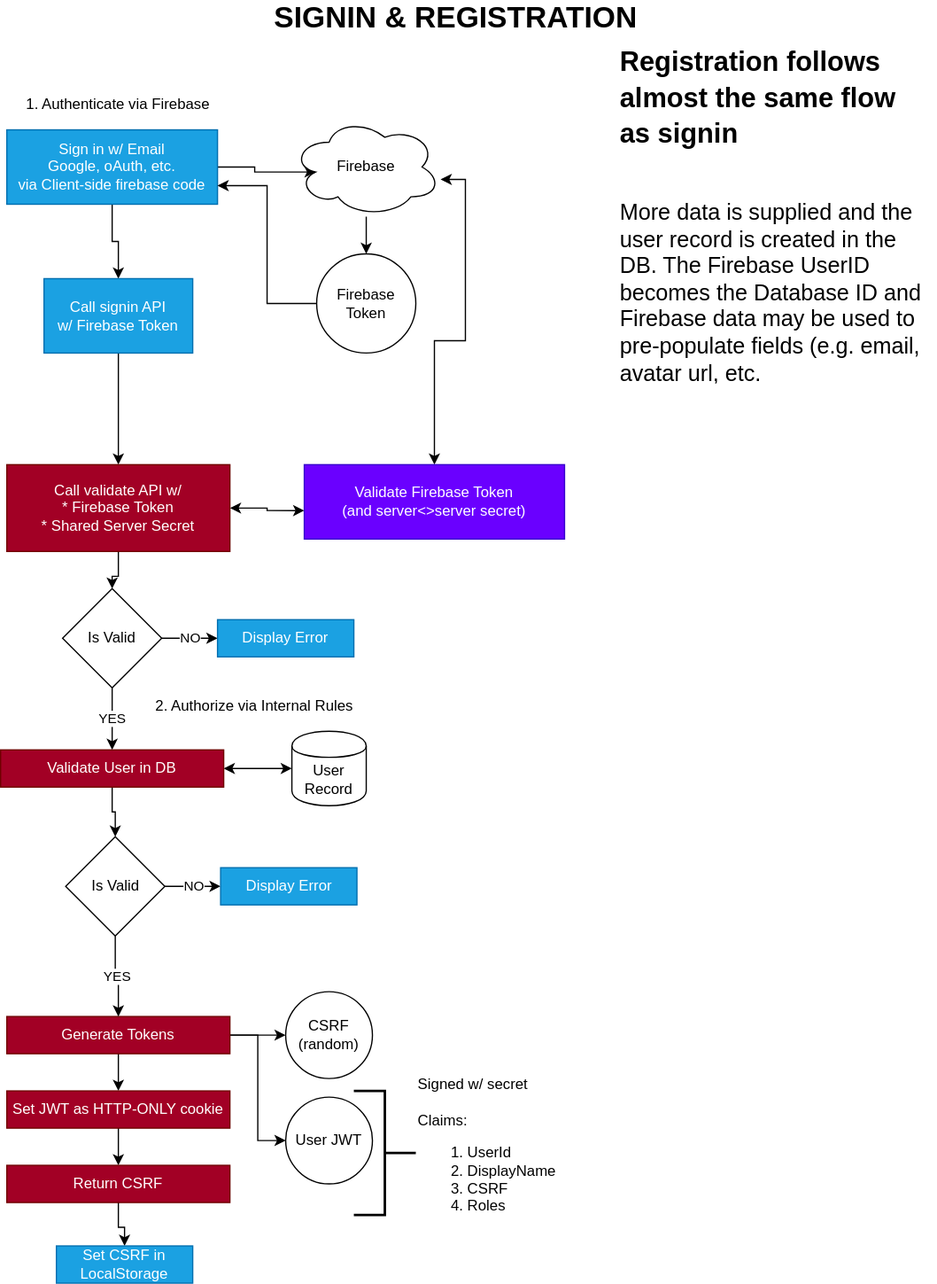
Before: documentation/src/engineering/auth/signin-registration.drawio.svg, a diagram exported from draw.io (ji-devs/ji-cloud). Source tidied: cells renumbered, new cells last; positions are measured from the earlier drawing's top-left corner, leaving out a move shared by most shapes. Its diagram source:
```xml
<mxGraphModel>
  <root>
    <mxCell id="0" />
    <mxCell id="1" parent="0" />
    <mxCell id="2" style="edgeStyle=orthogonalEdgeStyle;rounded=0;jettySize=auto;html=1;entryX=0.16;entryY=0.55;entryDx=0;entryDy=0;entryPerimeter=0;" parent="1" edge="1" source="4" target="6">
      <mxGeometry relative="1" as="geometry" />
    </mxCell>
    <mxCell id="3" style="edgeStyle=orthogonalEdgeStyle;rounded=0;jettySize=auto;html=1;startArrow=none;startFill=0;" parent="1" edge="1" source="4" target="10">
      <mxGeometry relative="1" as="geometry" />
    </mxCell>
    <mxCell id="4" value="Sign in w/ Email&lt;br&gt;Google, oAuth, etc.&lt;br&gt;via Client-side firebase code" style="rounded=0;whiteSpace=wrap;html=1;fillColor=#1ba1e2;strokeColor=#006EAF;fontColor=#ffffff;" parent="1" vertex="1">
      <mxGeometry x="5" y="100" width="170" height="60" as="geometry" />
    </mxCell>
    <mxCell id="5" style="edgeStyle=orthogonalEdgeStyle;rounded=0;jettySize=auto;html=1;entryX=0.5;entryY=0;entryDx=0;entryDy=0;" parent="1" edge="1" source="6" target="8">
      <mxGeometry relative="1" as="geometry" />
    </mxCell>
    <mxCell id="6" value="Firebase" style="ellipse;shape=cloud;whiteSpace=wrap;html=1;" parent="1" vertex="1">
      <mxGeometry x="235" y="90" width="120" height="80" as="geometry" />
    </mxCell>
    <mxCell id="7" style="edgeStyle=orthogonalEdgeStyle;rounded=0;jettySize=auto;html=1;entryX=1;entryY=0.75;entryDx=0;entryDy=0;startArrow=none;startFill=0;" parent="1" edge="1" source="8" target="4">
      <mxGeometry relative="1" as="geometry" />
    </mxCell>
    <mxCell id="8" value="Firebase Token" style="ellipse;whiteSpace=wrap;html=1;" parent="1" vertex="1">
      <mxGeometry x="255" y="200" width="80" height="80" as="geometry" />
    </mxCell>
    <mxCell id="9" style="edgeStyle=orthogonalEdgeStyle;rounded=0;jettySize=auto;html=1;" parent="1" edge="1" source="10" target="14">
      <mxGeometry relative="1" as="geometry" />
    </mxCell>
    <mxCell id="10" value="Call signin API&lt;br&gt;w/ Firebase Token" style="rounded=0;whiteSpace=wrap;html=1;fillColor=#1ba1e2;strokeColor=#006EAF;fontColor=#ffffff;" parent="1" vertex="1">
      <mxGeometry x="35" y="220" width="120" height="60" as="geometry" />
    </mxCell>
    <mxCell id="11" value="1. Authenticate via Firebase" style="text;html=1;strokeColor=none;fillColor=none;align=center;verticalAlign=middle;whiteSpace=wrap;rounded=0;" parent="1" vertex="1">
      <mxGeometry x="15" y="70" width="160" height="20" as="geometry" />
    </mxCell>
    <mxCell id="12" style="edgeStyle=orthogonalEdgeStyle;rounded=0;jettySize=auto;html=1;entryX=0;entryY=0.617;entryDx=0;entryDy=0;entryPerimeter=0;startArrow=classic;startFill=1;" parent="1" edge="1" source="14" target="16">
      <mxGeometry relative="1" as="geometry" />
    </mxCell>
    <mxCell id="13" style="edgeStyle=orthogonalEdgeStyle;rounded=0;jettySize=auto;html=1;entryX=0.5;entryY=0;entryDx=0;entryDy=0;startArrow=none;startFill=0;" parent="1" edge="1" source="14" target="19">
      <mxGeometry relative="1" as="geometry" />
    </mxCell>
    <mxCell id="14" value="Call validate API w/ &lt;br&gt;* Firebase Token&lt;br&gt;* Shared Server Secret&lt;br&gt;" style="rounded=0;whiteSpace=wrap;html=1;fillColor=#a20025;strokeColor=#6F0000;fontColor=#ffffff;" parent="1" vertex="1">
      <mxGeometry x="5" y="370" width="180" height="70" as="geometry" />
    </mxCell>
    <mxCell id="15" style="edgeStyle=orthogonalEdgeStyle;rounded=0;jettySize=auto;html=1;entryX=1;entryY=0.625;entryDx=0;entryDy=0;entryPerimeter=0;startArrow=classic;startFill=1;" parent="1" edge="1" source="16" target="6">
      <mxGeometry relative="1" as="geometry" />
    </mxCell>
    <mxCell id="16" value="Validate Firebase Token&lt;br&gt;(and server&amp;lt;&amp;gt;server secret)" style="rounded=0;whiteSpace=wrap;html=1;fillColor=#6a00ff;strokeColor=#3700CC;fontColor=#ffffff;" parent="1" vertex="1">
      <mxGeometry x="245" y="370" width="210" height="60" as="geometry" />
    </mxCell>
    <mxCell id="17" value="NO" style="edgeStyle=orthogonalEdgeStyle;rounded=0;jettySize=auto;html=1;entryX=0;entryY=0.5;entryDx=0;entryDy=0;startArrow=none;startFill=0;" parent="1" edge="1" source="19" target="20">
      <mxGeometry relative="1" as="geometry" />
    </mxCell>
    <mxCell id="18" value="YES" style="edgeStyle=orthogonalEdgeStyle;rounded=0;jettySize=auto;html=1;entryX=0.5;entryY=0;entryDx=0;entryDy=0;startArrow=none;startFill=0;" parent="1" edge="1" source="19" target="34">
      <mxGeometry relative="1" as="geometry" />
    </mxCell>
    <mxCell id="19" value="Is Valid" style="rhombus;whiteSpace=wrap;html=1;" parent="1" vertex="1">
      <mxGeometry x="50" y="470" width="80" height="80" as="geometry" />
    </mxCell>
    <mxCell id="20" value="Display Error" style="rounded=0;whiteSpace=wrap;html=1;fillColor=#1ba1e2;strokeColor=#006EAF;fontColor=#ffffff;" parent="1" vertex="1">
      <mxGeometry x="175" y="495" width="110" height="30" as="geometry" />
    </mxCell>
    <mxCell id="21" style="edgeStyle=orthogonalEdgeStyle;rounded=0;jettySize=auto;html=1;entryX=0;entryY=0.5;entryDx=0;entryDy=0;startArrow=none;startFill=0;" parent="1" edge="1" source="24" target="25">
      <mxGeometry relative="1" as="geometry" />
    </mxCell>
    <mxCell id="22" style="edgeStyle=orthogonalEdgeStyle;rounded=0;jettySize=auto;html=1;entryX=0.5;entryY=0;entryDx=0;entryDy=0;startArrow=none;startFill=0;" parent="1" edge="1" source="24" target="29">
      <mxGeometry relative="1" as="geometry" />
    </mxCell>
    <mxCell id="23" style="edgeStyle=orthogonalEdgeStyle;rounded=0;jettySize=auto;html=1;entryX=0;entryY=0.5;entryDx=0;entryDy=0;startArrow=none;startFill=0;" parent="1" edge="1" source="24" target="26">
      <mxGeometry relative="1" as="geometry" />
    </mxCell>
    <mxCell id="24" value="Generate Tokens" style="rounded=0;whiteSpace=wrap;html=1;fillColor=#a20025;strokeColor=#6F0000;fontColor=#ffffff;" parent="1" vertex="1">
      <mxGeometry x="5" y="815" width="180" height="30" as="geometry" />
    </mxCell>
    <mxCell id="25" value="CSRF&lt;br&gt;(random)" style="ellipse;whiteSpace=wrap;html=1;" parent="1" vertex="1">
      <mxGeometry x="230" y="795" width="70" height="70" as="geometry" />
    </mxCell>
    <mxCell id="26" value="User JWT" style="ellipse;whiteSpace=wrap;html=1;" parent="1" vertex="1">
      <mxGeometry x="230" y="880" width="70" height="70" as="geometry" />
    </mxCell>
    <mxCell id="27" value="&lt;div&gt;Signed w/ secret&lt;br&gt;&lt;br&gt;Claims:&lt;/div&gt;&lt;ol&gt;&lt;li&gt;UserId&lt;/li&gt;&lt;li&gt;DisplayName&lt;/li&gt;&lt;li&gt;CSRF&lt;/li&gt;&lt;li&gt;Roles&lt;br&gt;&lt;/li&gt;&lt;/ol&gt;" style="strokeWidth=2;html=1;shape=mxgraph.flowchart.annotation_2;align=left;labelPosition=right;direction=west;" parent="1" vertex="1">
      <mxGeometry x="285" y="875" width="50" height="100" as="geometry" />
    </mxCell>
    <mxCell id="28" style="edgeStyle=orthogonalEdgeStyle;rounded=0;jettySize=auto;html=1;startArrow=none;startFill=0;" parent="1" edge="1" source="29" target="31">
      <mxGeometry relative="1" as="geometry" />
    </mxCell>
    <mxCell id="29" value="Set JWT as HTTP-ONLY cookie" style="rounded=0;whiteSpace=wrap;html=1;fillColor=#a20025;strokeColor=#6F0000;fontColor=#ffffff;" parent="1" vertex="1">
      <mxGeometry x="5" y="875" width="180" height="30" as="geometry" />
    </mxCell>
    <mxCell id="30" style="edgeStyle=orthogonalEdgeStyle;rounded=0;jettySize=auto;html=1;startArrow=none;startFill=0;" parent="1" edge="1" source="31" target="41">
      <mxGeometry relative="1" as="geometry" />
    </mxCell>
    <mxCell id="31" value="Return CSRF" style="rounded=0;whiteSpace=wrap;html=1;fillColor=#a20025;strokeColor=#6F0000;fontColor=#ffffff;" parent="1" vertex="1">
      <mxGeometry x="5" y="935" width="180" height="30" as="geometry" />
    </mxCell>
    <mxCell id="32" style="edgeStyle=orthogonalEdgeStyle;rounded=0;jettySize=auto;html=1;entryX=0;entryY=0.5;entryDx=0;entryDy=0;startArrow=classic;startFill=1;" parent="1" edge="1" source="34" target="36">
      <mxGeometry relative="1" as="geometry" />
    </mxCell>
    <mxCell id="33" style="edgeStyle=orthogonalEdgeStyle;rounded=0;jettySize=auto;html=1;entryX=0.5;entryY=0;entryDx=0;entryDy=0;startArrow=none;startFill=0;" parent="1" edge="1" source="34" target="39">
      <mxGeometry relative="1" as="geometry" />
    </mxCell>
    <mxCell id="34" value="Validate User in DB" style="rounded=0;whiteSpace=wrap;html=1;fillColor=#a20025;strokeColor=#6F0000;fontColor=#ffffff;" parent="1" vertex="1">
      <mxGeometry y="600" width="180" height="30" as="geometry" />
    </mxCell>
    <mxCell id="35" value="2. Authorize via Internal Rules" style="text;html=1;strokeColor=none;fillColor=none;align=center;verticalAlign=middle;whiteSpace=wrap;rounded=0;" parent="1" vertex="1">
      <mxGeometry x="110" y="555" width="190" height="20" as="geometry" />
    </mxCell>
    <mxCell id="36" value="User Record" style="shape=cylinder;whiteSpace=wrap;html=1;boundedLbl=1;backgroundOutline=1;" parent="1" vertex="1">
      <mxGeometry x="235" y="585" width="60" height="60" as="geometry" />
    </mxCell>
    <mxCell id="37" value="YES" style="edgeStyle=orthogonalEdgeStyle;rounded=0;jettySize=auto;html=1;entryX=0.5;entryY=0;entryDx=0;entryDy=0;startArrow=none;startFill=0;" parent="1" edge="1" source="39" target="24">
      <mxGeometry relative="1" as="geometry" />
    </mxCell>
    <mxCell id="38" value="NO" style="edgeStyle=orthogonalEdgeStyle;rounded=0;jettySize=auto;html=1;entryX=0;entryY=0.5;entryDx=0;entryDy=0;startArrow=none;startFill=0;" parent="1" edge="1" source="39" target="40">
      <mxGeometry relative="1" as="geometry" />
    </mxCell>
    <mxCell id="39" value="Is Valid" style="rhombus;whiteSpace=wrap;html=1;" parent="1" vertex="1">
      <mxGeometry x="52.5" y="670" width="80" height="80" as="geometry" />
    </mxCell>
    <mxCell id="40" value="Display Error" style="rounded=0;whiteSpace=wrap;html=1;fillColor=#1ba1e2;strokeColor=#006EAF;fontColor=#ffffff;" parent="1" vertex="1">
      <mxGeometry x="177.5" y="695" width="110" height="30" as="geometry" />
    </mxCell>
    <mxCell id="41" value="Set CSRF in LocalStorage" style="rounded=0;whiteSpace=wrap;html=1;fillColor=#1ba1e2;strokeColor=#006EAF;fontColor=#ffffff;" parent="1" vertex="1">
      <mxGeometry x="45" y="1000" width="110" height="30" as="geometry" />
    </mxCell>
    <mxCell id="42" value="&lt;h1&gt;&lt;span&gt;&lt;font style=&quot;font-size: 22px&quot;&gt;Registration follows almost the same flow as signin&lt;/font&gt;&lt;/span&gt;&lt;br&gt;&lt;/h1&gt;&lt;p style=&quot;font-size: 18px&quot;&gt;&lt;br&gt;More data is supplied and the user record is created in the DB. The Firebase UserID becomes the Database ID and Firebase data may be used to pre-populate fields (e.g. email, avatar url, etc.&lt;br&gt;&lt;font style=&quot;font-size: 18px&quot;&gt;&lt;br&gt;&lt;br&gt;&lt;/font&gt;&lt;/p&gt;" style="text;html=1;strokeColor=none;fillColor=none;spacing=5;spacingTop=-20;whiteSpace=wrap;overflow=hidden;rounded=0;" parent="1" vertex="1">
      <mxGeometry x="495" y="25" width="260" height="280" as="geometry" />
    </mxCell>
    <mxCell id="43" value="&lt;b&gt;&lt;font style=&quot;font-size: 24px&quot;&gt;SIGNIN &amp;amp; REGISTRATION&lt;/font&gt;&lt;/b&gt;" style="text;html=1;strokeColor=none;fillColor=none;align=center;verticalAlign=middle;whiteSpace=wrap;rounded=0;" parent="1" vertex="1">
      <mxGeometry x="155" width="425" height="20" as="geometry" />
    </mxCell>
  </root>
</mxGraphModel>
```
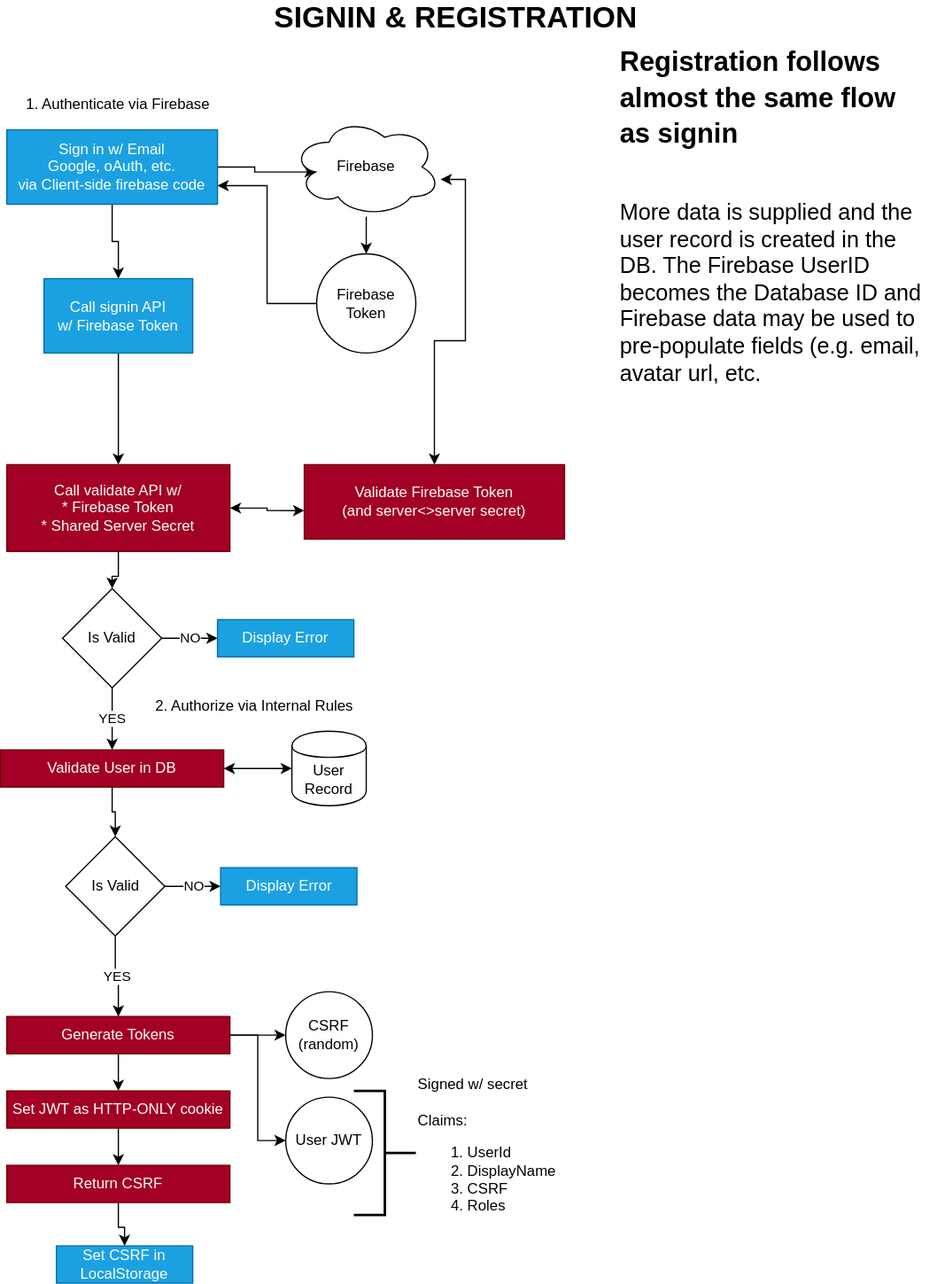
Above is the later version.

Change to the diagram source:
```diff
@@ -44,7 +44,7 @@
     <mxCell id="15" style="edgeStyle=orthogonalEdgeStyle;rounded=0;jettySize=auto;html=1;entryX=1;entryY=0.625;entryDx=0;entryDy=0;entryPerimeter=0;startArrow=classic;startFill=1;" parent="1" edge="1" source="16" target="6">
       <mxGeometry relative="1" as="geometry" />
     </mxCell>
-    <mxCell id="16" value="Validate Firebase Token&lt;br&gt;(and server&amp;lt;&amp;gt;server secret)" style="rounded=0;whiteSpace=wrap;html=1;fillColor=#6a00ff;strokeColor=#3700CC;fontColor=#ffffff;" parent="1" vertex="1">
+    <mxCell id="16" value="Validate Firebase Token&lt;br&gt;(and server&amp;lt;&amp;gt;server secret)" style="rounded=0;whiteSpace=wrap;html=1;fillColor=#a20025;strokeColor=#6F0000;fontColor=#ffffff;" parent="1" vertex="1">
       <mxGeometry x="245" y="370" width="210" height="60" as="geometry" />
     </mxCell>
     <mxCell id="17" value="NO" style="edgeStyle=orthogonalEdgeStyle;rounded=0;jettySize=auto;html=1;entryX=0;entryY=0.5;entryDx=0;entryDy=0;startArrow=none;startFill=0;" parent="1" edge="1" source="19" target="20">
```
